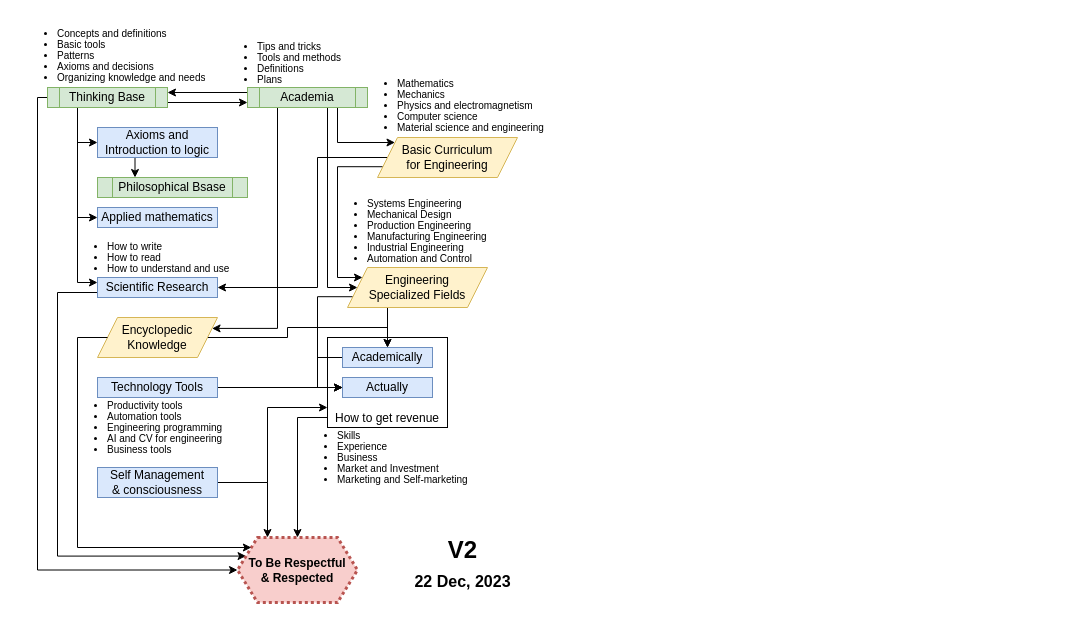
Before: Untitled Diagram.drawio in GeorgeNabilPro/GeorgeNabilPro, a draw.io diagram. Source tidied: cells renumbered, new cells numbered last; positions are measured from the earlier drawing's top-left corner, leaving out a move shared by most shapes. Both pictures are drawn from the tidied source at 100%, with x=0, y=0 at pixel (17, 17).
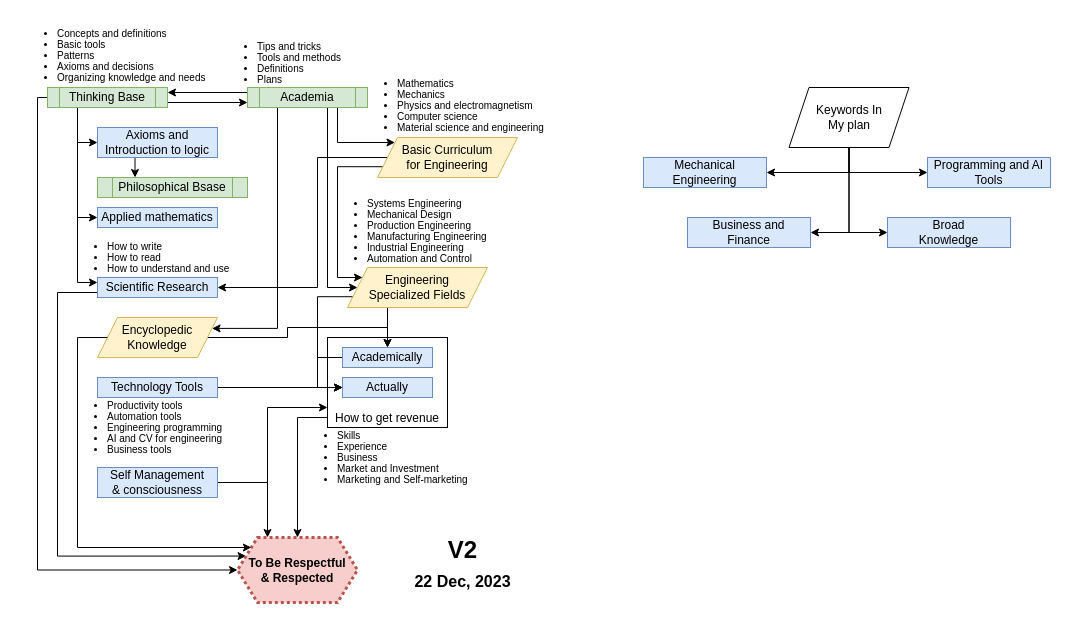
The same page after the edit.

Diff of the diagram source:
```diff
@@
+    <mxCell id="47" style="edgeStyle=orthogonalEdgeStyle;rounded=0;jettySize=auto;html=1;exitX=0.5;exitY=1;exitDx=0;exitDy=0;entryX=1;entryY=0.5;entryDx=0;entryDy=0;" parent="1" edge="1" source="51" target="52">
+      <mxGeometry relative="1" as="geometry" />
+    </mxCell>
+    <mxCell id="48" style="edgeStyle=orthogonalEdgeStyle;rounded=0;jettySize=auto;html=1;exitX=0.5;exitY=1;exitDx=0;exitDy=0;entryX=0;entryY=0.5;entryDx=0;entryDy=0;" parent="1" edge="1" source="51" target="54">
+      <mxGeometry relative="1" as="geometry" />
+    </mxCell>
+    <mxCell id="49" style="edgeStyle=orthogonalEdgeStyle;rounded=0;jettySize=auto;html=1;exitX=0.5;exitY=1;exitDx=0;exitDy=0;entryX=1;entryY=0.5;entryDx=0;entryDy=0;" parent="1" edge="1" source="51" target="53">
+      <mxGeometry relative="1" as="geometry" />
+    </mxCell>
+    <mxCell id="50" style="edgeStyle=orthogonalEdgeStyle;rounded=0;jettySize=auto;html=1;exitX=0.5;exitY=1;exitDx=0;exitDy=0;entryX=0;entryY=0.5;entryDx=0;entryDy=0;" parent="1" edge="1" source="51" target="55">
+      <mxGeometry relative="1" as="geometry" />
+    </mxCell>
+    <mxCell id="51" value="Keywords In &lt;br&gt;My plan" style="shape=parallelogram;perimeter=parallelogramPerimeter;whiteSpace=wrap;html=1;fixedSize=1;" parent="1" vertex="1">
+      <mxGeometry x="771.5" y="70" width="120" height="60" as="geometry" />
+    </mxCell>
+    <mxCell id="52" value="Mechanical Engineering" style="rounded=0;whiteSpace=wrap;html=1;fillColor=#dae8fc;strokeColor=#6c8ebf;" parent="1" vertex="1">
+      <mxGeometry x="626" y="140" width="123" height="30" as="geometry" />
+    </mxCell>
+    <mxCell id="53" value="Business and &lt;br&gt;Finance" style="rounded=0;whiteSpace=wrap;html=1;fillColor=#dae8fc;strokeColor=#6c8ebf;" parent="1" vertex="1">
+      <mxGeometry x="670" y="200" width="123" height="30" as="geometry" />
+    </mxCell>
+    <mxCell id="54" value="Programming and AI Tools" style="rounded=0;whiteSpace=wrap;html=1;fillColor=#dae8fc;strokeColor=#6c8ebf;" parent="1" vertex="1">
+      <mxGeometry x="910" y="140" width="123" height="30" as="geometry" />
+    </mxCell>
+    <mxCell id="55" value="Broad &lt;br&gt;Knowledge" style="rounded=0;whiteSpace=wrap;html=1;fillColor=#dae8fc;strokeColor=#6c8ebf;" parent="1" vertex="1">
+      <mxGeometry x="870" y="200" width="123" height="30" as="geometry" />
+    </mxCell>
```
